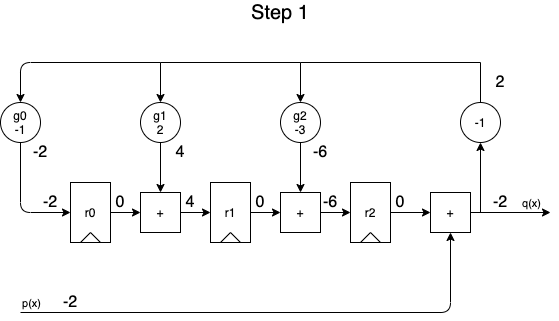
Above: assets/reed_solomon/reed_solomon-divider_diagram_step1.png in tomverbeure/tomverbeure.github.io (draw.io), before the change. Source tidied: cells renumbered, new cells last; positions are measured from the earlier drawing's top-left corner, leaving out a move shared by most shapes.
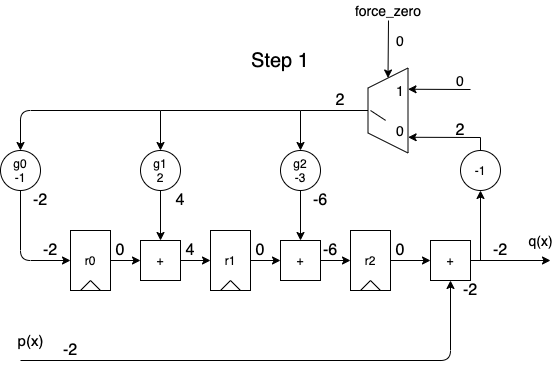
The same diagram one commit later.

What changed in the source:
```diff
@@ -53,11 +53,6 @@
         </Array>
       </mxGeometry>
     </mxCell>
-    <mxCell id="14" value="p(x)" style="edgeLabel;html=1;align=center;verticalAlign=middle;" parent="13" vertex="1">
-      <mxGeometry x="-0.73" y="-1" relative="1" as="geometry">
-        <mxPoint x="-58" y="-11" as="offset" />
-      </mxGeometry>
-    </mxCell>
     <mxCell id="15" style="edgeStyle=orthogonalEdgeStyle;rounded=0;jettySize=auto;html=1;" parent="1" edge="1" source="7" target="12">
       <mxGeometry relative="1" as="geometry" />
     </mxCell>
@@ -66,11 +61,6 @@
         <mxPoint x="550" y="210" as="targetPoint" />
       </mxGeometry>
     </mxCell>
-    <mxCell id="17" value="q(x)" style="edgeLabel;html=1;align=center;verticalAlign=middle;" parent="16" vertex="1">
-      <mxGeometry x="-0.06" relative="1" as="geometry">
-        <mxPoint x="22.3" y="-10" as="offset" />
-      </mxGeometry>
-    </mxCell>
     <mxCell id="18" value="+" style="whiteSpace=wrap;html=1;fillColor=none;" parent="1" vertex="1">
       <mxGeometry x="280" y="190" width="40" height="40" as="geometry" />
     </mxCell>
@@ -80,14 +70,6 @@
     <mxCell id="20" style="endArrow=classic;html=1;entryX=0;entryY=0.5;entryDx=0;entryDy=0;exitX=1;exitY=0.5;exitDx=0;exitDy=0;" parent="1" edge="1" source="18" target="7">
       <mxGeometry relative="1" as="geometry" />
     </mxCell>
-    <mxCell id="21" style="endArrow=classic;html=1;entryX=0.5;entryY=0;entryDx=0;entryDy=0;rounded=0;" parent="1" edge="1" source="41" target="11">
-      <mxGeometry relative="1" as="geometry">
-        <Array as="points">
-          <mxPoint x="480" y="60" />
-          <mxPoint x="300" y="60" />
-        </Array>
-      </mxGeometry>
-    </mxCell>
     <mxCell id="22" style="group;" parent="1" vertex="1">
       <mxGeometry x="70" y="180" width="40" height="60" as="geometry" />
     </mxCell>
@@ -177,7 +159,7 @@
       </mxGeometry>
     </mxCell>
     <mxCell id="43" value="&lt;font style=&quot;font-size: 16px&quot;&gt;2&lt;/font&gt;" style="text;html=1;strokeColor=none;fillColor=none;align=center;verticalAlign=middle;whiteSpace=wrap;rounded=0;" parent="1" vertex="1">
-      <mxGeometry x="480" y="70" width="40" height="20" as="geometry" />
+      <mxGeometry x="440" y="70" width="40" height="20" as="geometry" />
     </mxCell>
     <mxCell id="44" value="&lt;font style=&quot;font-size: 16px&quot;&gt;4&lt;/font&gt;" style="text;html=1;strokeColor=none;fillColor=none;align=center;verticalAlign=middle;whiteSpace=wrap;rounded=0;" parent="1" vertex="1">
       <mxGeometry x="160" y="140" width="40" height="20" as="geometry" />
@@ -197,5 +179,66 @@
     <mxCell id="49" value="Step 1" style="text;html=1;strokeColor=none;fillColor=none;align=center;verticalAlign=middle;whiteSpace=wrap;rounded=0;fontSize=20;" parent="1" vertex="1">
       <mxGeometry x="230" width="100" height="20" as="geometry" />
     </mxCell>
+    <mxCell id="50" style="shape=trapezoid;perimeter=trapezoidPerimeter;whiteSpace=wrap;html=1;fixedSize=1;fillColor=none;fontSize=20;fontColor=#0000CC;rotation=-90;" parent="1" vertex="1">
+      <mxGeometry x="345" y="40" width="85" height="40" as="geometry" />
+    </mxCell>
+    <mxCell id="51" style="endArrow=classic;html=1;fontSize=20;fontColor=#0000CC;entryX=0.5;entryY=0;entryDx=0;entryDy=0;exitX=0.5;exitY=0;exitDx=0;exitDy=0;rounded=0;" parent="1" edge="1" source="50">
+      <mxGeometry relative="1" as="geometry">
+        <mxPoint x="300" y="100" as="targetPoint" />
+        <Array as="points">
+          <mxPoint x="300" y="60" />
+        </Array>
+      </mxGeometry>
+    </mxCell>
+    <mxCell id="52" style="endArrow=classic;html=1;fontSize=20;fontColor=#0000CC;entryX=0.185;entryY=1.003;entryDx=0;entryDy=0;entryPerimeter=0;exitX=0.5;exitY=0;exitDx=0;exitDy=0;rounded=0;" parent="1" edge="1" target="50">
+      <mxGeometry relative="1" as="geometry">
+        <mxPoint x="480" y="100" as="sourcePoint" />
+        <Array as="points">
+          <mxPoint x="480" y="87" />
+        </Array>
+      </mxGeometry>
+    </mxCell>
+    <mxCell id="53" style="endArrow=classic;html=1;fontSize=20;fontColor=#0000CC;entryX=0.75;entryY=1;entryDx=0;entryDy=0;" parent="1" edge="1" target="50">
+      <mxGeometry relative="1" as="geometry">
+        <mxPoint x="470" y="39" as="sourcePoint" />
+      </mxGeometry>
+    </mxCell>
+    <mxCell id="54" style="endArrow=classic;html=1;fontSize=20;fontColor=#000000;entryX=1;entryY=0.5;entryDx=0;entryDy=0;" parent="1" edge="1" target="50">
+      <mxGeometry relative="1" as="geometry">
+        <mxPoint x="388" y="-30" as="sourcePoint" />
+      </mxGeometry>
+    </mxCell>
+    <mxCell id="55" value="0" style="text;html=1;strokeColor=none;fillColor=none;align=center;verticalAlign=middle;whiteSpace=wrap;rounded=0;fontSize=14;fontColor=#000000;" parent="1" vertex="1">
+      <mxGeometry x="440" y="20" width="40" height="20" as="geometry" />
+    </mxCell>
+    <mxCell id="56" value="force_zero" style="text;html=1;strokeColor=none;fillColor=none;align=center;verticalAlign=middle;whiteSpace=wrap;rounded=0;fontSize=14;fontColor=#000000;" parent="1" vertex="1">
+      <mxGeometry x="367.5" y="-50" width="40" height="20" as="geometry" />
+    </mxCell>
+    <mxCell id="57" value="1" style="text;html=1;strokeColor=none;fillColor=none;align=center;verticalAlign=middle;whiteSpace=wrap;rounded=0;fontSize=14;fontColor=#000000;" parent="1" vertex="1">
+      <mxGeometry x="380" y="30" width="40" height="20" as="geometry" />
+    </mxCell>
+    <mxCell id="58" value="0" style="text;html=1;strokeColor=none;fillColor=none;align=center;verticalAlign=middle;whiteSpace=wrap;rounded=0;fontSize=14;fontColor=#000000;" parent="1" vertex="1">
+      <mxGeometry x="380" y="70" width="40" height="20" as="geometry" />
+    </mxCell>
+    <mxCell id="59" style="endArrow=none;html=1;fontSize=14;fontColor=#000000;entryX=0.5;entryY=0.063;entryDx=0;entryDy=0;entryPerimeter=0;endFill=0;exitX=0.127;exitY=-0.006;exitDx=0;exitDy=0;exitPerimeter=0;" parent="1" edge="1" source="58">
+      <mxGeometry relative="1" as="geometry">
+        <mxPoint x="370" y="60" as="targetPoint" />
+      </mxGeometry>
+    </mxCell>
+    <mxCell id="60" value="0" style="text;html=1;strokeColor=none;fillColor=none;align=center;verticalAlign=middle;whiteSpace=wrap;rounded=0;fontSize=14;fontColor=#000000;" parent="1" vertex="1">
+      <mxGeometry x="380" y="-20" width="40" height="20" as="geometry" />
+    </mxCell>
+    <mxCell id="61" value="&lt;font style=&quot;font-size: 16px&quot;&gt;2&lt;/font&gt;" style="text;html=1;strokeColor=none;fillColor=none;align=center;verticalAlign=middle;whiteSpace=wrap;rounded=0;fontStyle=0;" parent="1" vertex="1">
+      <mxGeometry x="320" y="40" width="40" height="20" as="geometry" />
+    </mxCell>
+    <mxCell id="62" value="&lt;font style=&quot;font-size: 16px&quot;&gt;-2&lt;/font&gt;" style="text;html=1;strokeColor=none;fillColor=none;align=center;verticalAlign=middle;whiteSpace=wrap;rounded=0;" parent="1" vertex="1">
+      <mxGeometry x="450" y="230" width="40" height="20" as="geometry" />
+    </mxCell>
+    <mxCell id="14" value="p(x)" style="edgeLabel;html=1;align=center;verticalAlign=middle;fontSize=15;" parent="1" vertex="1">
+      <mxGeometry x="30" y="290" as="geometry" />
+    </mxCell>
+    <mxCell id="17" value="q(x)" style="edgeLabel;html=1;align=center;verticalAlign=middle;fontSize=14;" parent="1" vertex="1">
+      <mxGeometry x="540" y="190" as="geometry" />
+    </mxCell>
   </root>
 </mxGraphModel>
```
